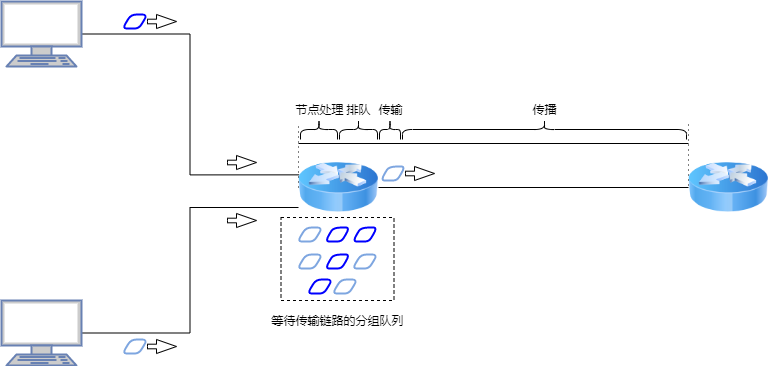
The draw.io diagram compute-networking/img/compute-networking_5.png in an-die-freude/computer-network-note, before a commit. Source tidied: cells renumbered, new cells last; positions are measured from the earlier drawing's top-left corner, leaving out a move shared by most shapes. Its diagram source:
```xml
<mxGraphModel>
  <root>
    <mxCell id="0" />
    <mxCell id="1" parent="0" />
    <mxCell id="2" style="edgeStyle=orthogonalEdgeStyle;rounded=0;jettySize=auto;html=1;entryX=0.008;entryY=0.342;entryDx=0;entryDy=0;endArrow=none;endFill=0;entryPerimeter=0;" parent="1" edge="1" source="3" target="25">
      <mxGeometry relative="1" as="geometry" />
    </mxCell>
    <mxCell id="3" style="fontColor=#0066CC;verticalAlign=top;verticalLabelPosition=bottom;labelPosition=center;align=center;html=1;outlineConnect=0;fillColor=#CCCCCC;strokeColor=#6881B3;gradientColor=none;gradientDirection=north;strokeWidth=2;shape=mxgraph.networks.terminal;" parent="1" vertex="1">
      <mxGeometry width="80" height="65" as="geometry" />
    </mxCell>
    <mxCell id="4" style="edgeStyle=orthogonalEdgeStyle;rounded=0;jettySize=auto;html=1;entryX=0;entryY=0.75;entryDx=0;entryDy=0;endArrow=none;endFill=0;" parent="1" edge="1" source="5" target="25">
      <mxGeometry relative="1" as="geometry" />
    </mxCell>
    <mxCell id="5" style="fontColor=#0066CC;verticalAlign=top;verticalLabelPosition=bottom;labelPosition=center;align=center;html=1;outlineConnect=0;fillColor=#CCCCCC;strokeColor=#6881B3;gradientColor=none;gradientDirection=north;strokeWidth=2;shape=mxgraph.networks.terminal;" parent="1" vertex="1">
      <mxGeometry y="299" width="80" height="65" as="geometry" />
    </mxCell>
    <mxCell id="6" style="shape=parallelogram;html=1;strokeWidth=2;perimeter=parallelogramPerimeter;whiteSpace=wrap;rounded=1;arcSize=12;size=0.340001220703125;strokeColor=#0000FF;" parent="1" vertex="1">
      <mxGeometry x="121" y="13" width="25" height="14" as="geometry" />
    </mxCell>
    <mxCell id="7" style="html=1;shadow=0;dashed=0;align=center;verticalAlign=middle;shape=mxgraph.arrows2.arrow;dy=0.67;dx=20;notch=0;" parent="1" vertex="1">
      <mxGeometry x="146" y="13" width="29" height="14" as="geometry" />
    </mxCell>
    <mxCell id="8" style="shape=parallelogram;html=1;strokeWidth=2;perimeter=parallelogramPerimeter;whiteSpace=wrap;rounded=1;arcSize=12;size=0.340001220703125;strokeColor=#7EA6E0;" parent="1" vertex="1">
      <mxGeometry x="121" y="338" width="25" height="14" as="geometry" />
    </mxCell>
    <mxCell id="9" style="html=1;shadow=0;dashed=0;align=center;verticalAlign=middle;shape=mxgraph.arrows2.arrow;dy=0.67;dx=20;notch=0;" parent="1" vertex="1">
      <mxGeometry x="146" y="338" width="29" height="14" as="geometry" />
    </mxCell>
    <mxCell id="10" style="shape=parallelogram;html=1;strokeWidth=2;perimeter=parallelogramPerimeter;whiteSpace=wrap;rounded=1;arcSize=38;size=0.340001220703125;strokeColor=#0000FF;" parent="1" vertex="1">
      <mxGeometry x="323.5" y="226" width="25" height="14" as="geometry" />
    </mxCell>
    <mxCell id="11" style="shape=parallelogram;html=1;strokeWidth=2;perimeter=parallelogramPerimeter;whiteSpace=wrap;rounded=1;arcSize=38;size=0.340001220703125;strokeColor=#0000FF;" parent="1" vertex="1">
      <mxGeometry x="323.5" y="253" width="25" height="14" as="geometry" />
    </mxCell>
    <mxCell id="12" style="shape=parallelogram;html=1;strokeWidth=2;perimeter=parallelogramPerimeter;whiteSpace=wrap;rounded=1;arcSize=38;size=0.340001220703125;strokeColor=#0000FF;" parent="1" vertex="1">
      <mxGeometry x="351" y="226" width="25" height="14" as="geometry" />
    </mxCell>
    <mxCell id="13" style="shape=parallelogram;html=1;strokeWidth=2;perimeter=parallelogramPerimeter;whiteSpace=wrap;rounded=1;arcSize=12;size=0.340001220703125;strokeColor=#7EA6E0;" parent="1" vertex="1">
      <mxGeometry x="296" y="253" width="25" height="14" as="geometry" />
    </mxCell>
    <mxCell id="14" style="shape=parallelogram;html=1;strokeWidth=2;perimeter=parallelogramPerimeter;whiteSpace=wrap;rounded=1;arcSize=12;size=0.340001220703125;strokeColor=#7EA6E0;" parent="1" vertex="1">
      <mxGeometry x="296" y="226" width="25" height="14" as="geometry" />
    </mxCell>
    <mxCell id="15" style="shape=parallelogram;html=1;strokeWidth=2;perimeter=parallelogramPerimeter;whiteSpace=wrap;rounded=1;arcSize=12;size=0.340001220703125;strokeColor=#7EA6E0;" parent="1" vertex="1">
      <mxGeometry x="351" y="253" width="25" height="14" as="geometry" />
    </mxCell>
    <mxCell id="16" style="shape=parallelogram;html=1;strokeWidth=2;perimeter=parallelogramPerimeter;whiteSpace=wrap;rounded=1;arcSize=12;size=0.340001220703125;strokeColor=#0000FF;" parent="1" vertex="1">
      <mxGeometry x="306" y="278" width="25" height="14" as="geometry" />
    </mxCell>
    <mxCell id="17" style="shape=parallelogram;html=1;strokeWidth=2;perimeter=parallelogramPerimeter;whiteSpace=wrap;rounded=1;arcSize=12;size=0.340001220703125;strokeColor=#7EA6E0;" parent="1" vertex="1">
      <mxGeometry x="331" y="278" width="25" height="14" as="geometry" />
    </mxCell>
    <mxCell id="18" style="rounded=0;whiteSpace=wrap;html=1;strokeColor=#000000;fillColor=none;dashed=1;" parent="1" vertex="1">
      <mxGeometry x="279.5" y="216" width="113" height="83" as="geometry" />
    </mxCell>
    <mxCell id="19" value="等待传输链路的分组队列" style="text;html=1;align=center;verticalAlign=middle;strokeColor=none;fillColor=none;" parent="1" vertex="1">
      <mxGeometry x="265" y="311" width="142" height="18" as="geometry" />
    </mxCell>
    <mxCell id="20" style="html=1;shadow=0;dashed=0;align=center;verticalAlign=middle;shape=mxgraph.arrows2.arrow;dy=0.67;dx=20;notch=0;" parent="1" vertex="1">
      <mxGeometry x="404" y="165" width="29" height="14" as="geometry" />
    </mxCell>
    <mxCell id="21" style="shape=parallelogram;html=1;strokeWidth=2;perimeter=parallelogramPerimeter;whiteSpace=wrap;rounded=1;arcSize=50;size=0.340001220703125;strokeColor=#7EA6E0;" parent="1" vertex="1">
      <mxGeometry x="379" y="165" width="25" height="14" as="geometry" />
    </mxCell>
    <mxCell id="22" style="html=1;shadow=0;dashed=0;align=center;verticalAlign=middle;shape=mxgraph.arrows2.arrow;dy=0.67;dx=20;notch=0;" parent="1" vertex="1">
      <mxGeometry x="226" y="154" width="29" height="14" as="geometry" />
    </mxCell>
    <mxCell id="23" style="html=1;shadow=0;dashed=0;align=center;verticalAlign=middle;shape=mxgraph.arrows2.arrow;dy=0.67;dx=20;notch=0;" parent="1" vertex="1">
      <mxGeometry x="226" y="212" width="29" height="14" as="geometry" />
    </mxCell>
    <mxCell id="24" style="edgeStyle=orthogonalEdgeStyle;rounded=0;jettySize=auto;html=1;endArrow=none;endFill=0;" parent="1" edge="1" source="25" target="26">
      <mxGeometry relative="1" as="geometry" />
    </mxCell>
    <mxCell id="25" style="image;html=1;image=img/lib/clip_art/networking/Router_Icon_128x128.png;" parent="1" vertex="1">
      <mxGeometry x="297" y="146" width="80" height="80" as="geometry" />
    </mxCell>
    <mxCell id="26" style="image;html=1;image=img/lib/clip_art/networking/Router_Icon_128x128.png;" parent="1" vertex="1">
      <mxGeometry x="687" y="146" width="80" height="80" as="geometry" />
    </mxCell>
    <mxCell id="27" style="endArrow=none;html=1;rounded=0;endFill=0;" parent="1" edge="1">
      <mxGeometry relative="1" as="geometry">
        <mxPoint x="297" y="142" as="sourcePoint" />
        <mxPoint x="687" y="142" as="targetPoint" />
      </mxGeometry>
    </mxCell>
    <mxCell id="28" style="endArrow=none;html=1;rounded=0;exitX=0;exitY=0.5;exitDx=0;exitDy=0;dashed=1;dashPattern=1 4;" parent="1" edge="1" source="25">
      <mxGeometry relative="1" as="geometry">
        <mxPoint x="297" y="121" as="targetPoint" />
      </mxGeometry>
    </mxCell>
    <mxCell id="29" style="endArrow=none;html=1;rounded=0;exitX=0;exitY=0.5;exitDx=0;exitDy=0;dashed=1;dashPattern=1 4;" parent="1" edge="1">
      <mxGeometry relative="1" as="geometry">
        <mxPoint x="687" y="184" as="sourcePoint" />
        <mxPoint x="687" y="120" as="targetPoint" />
      </mxGeometry>
    </mxCell>
    <mxCell id="30" style="shape=curlyBracket;whiteSpace=wrap;html=1;rounded=1;flipH=1;direction=south;" parent="1" vertex="1">
      <mxGeometry x="299" y="118" width="37" height="20" as="geometry" />
    </mxCell>
    <mxCell id="31" value="节点处理" style="text;html=1;align=center;verticalAlign=middle;strokeColor=none;fillColor=none;" parent="1" vertex="1">
      <mxGeometry x="288.5" y="100" width="58" height="18" as="geometry" />
    </mxCell>
    <mxCell id="32" style="shape=curlyBracket;whiteSpace=wrap;html=1;rounded=1;flipH=1;direction=south;" parent="1" vertex="1">
      <mxGeometry x="338" y="118" width="38" height="20" as="geometry" />
    </mxCell>
    <mxCell id="33" value="排队" style="text;html=1;align=center;verticalAlign=middle;strokeColor=none;fillColor=none;" parent="1" vertex="1">
      <mxGeometry x="340" y="100" width="34" height="18" as="geometry" />
    </mxCell>
    <mxCell id="34" style="shape=curlyBracket;whiteSpace=wrap;html=1;rounded=1;flipH=1;direction=south;" parent="1" vertex="1">
      <mxGeometry x="378" y="118" width="21" height="20" as="geometry" />
    </mxCell>
    <mxCell id="35" value="传输" style="text;html=1;align=center;verticalAlign=middle;strokeColor=none;fillColor=none;" parent="1" vertex="1">
      <mxGeometry x="371.5" y="100" width="34" height="18" as="geometry" />
    </mxCell>
    <mxCell id="36" style="shape=curlyBracket;whiteSpace=wrap;html=1;rounded=1;flipH=1;direction=south;" parent="1" vertex="1">
      <mxGeometry x="401" y="118" width="284" height="20" as="geometry" />
    </mxCell>
    <mxCell id="37" value="传播" style="text;html=1;align=center;verticalAlign=middle;strokeColor=none;fillColor=none;" parent="1" vertex="1">
      <mxGeometry x="526" y="100" width="34" height="18" as="geometry" />
    </mxCell>
  </root>
</mxGraphModel>
```
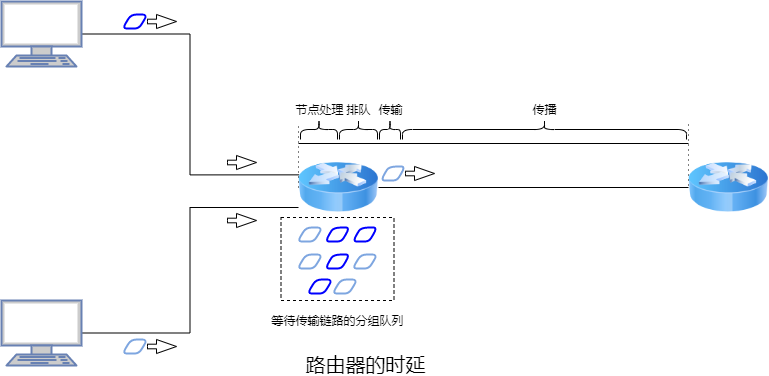
Later version of the same file.

The edit, as a diff of the source:
```diff
@@ -118,5 +118,8 @@
     <mxCell id="37" value="传播" style="text;html=1;align=center;verticalAlign=middle;strokeColor=none;fillColor=none;" parent="1" vertex="1">
       <mxGeometry x="526" y="100" width="34" height="18" as="geometry" />
     </mxCell>
+    <mxCell id="38" value="&lt;font style=&quot;font-size: 20px&quot;&gt;路由器的时延&lt;/font&gt;" style="text;html=1;align=center;verticalAlign=middle;strokeColor=none;fillColor=none;" parent="1" vertex="1">
+      <mxGeometry x="299" y="352" width="130" height="21" as="geometry" />
+    </mxCell>
   </root>
 </mxGraphModel>
```
